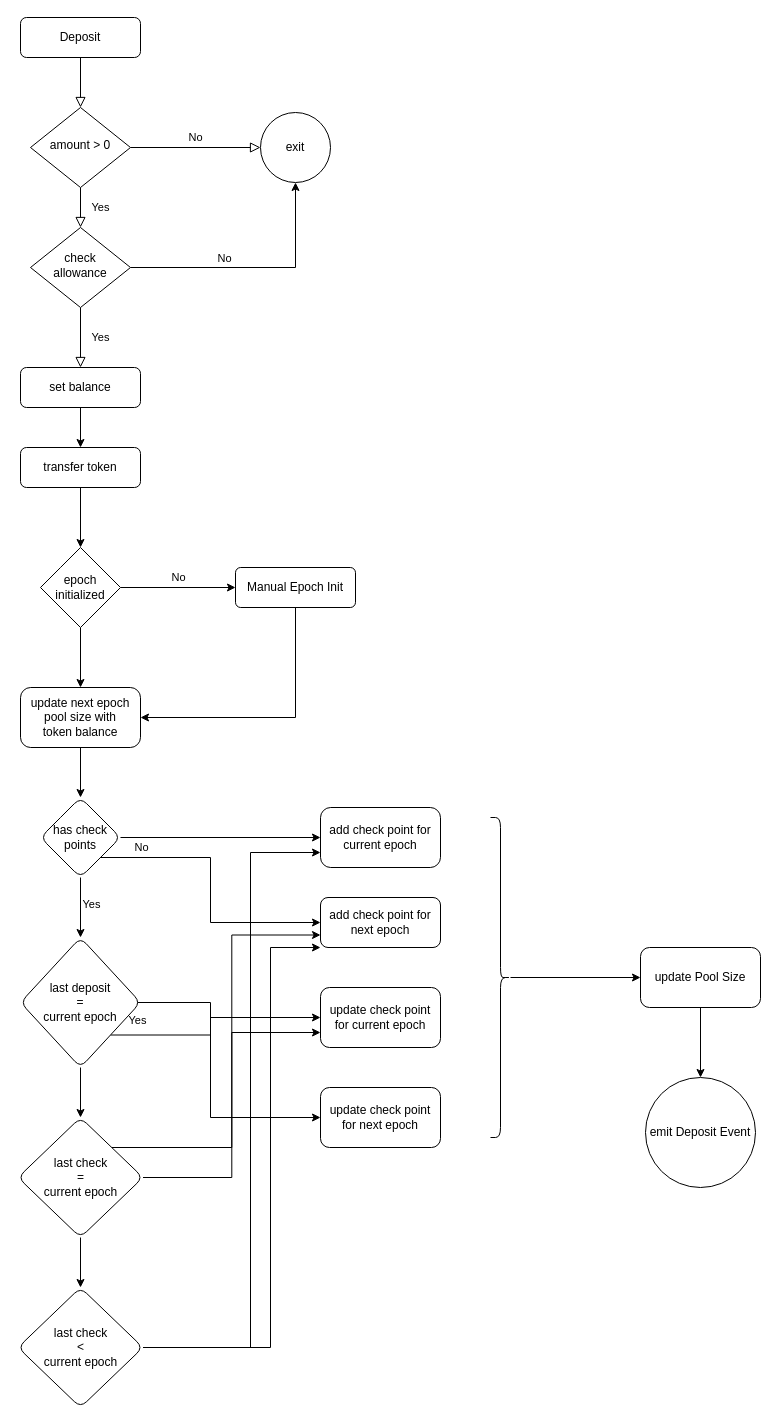
Before: Untitled Diagram.drawio in Kunone/yield-farming-flow-chart, a draw.io diagram. Source tidied: cells renumbered, new cells numbered last; positions are measured from the earlier drawing's top-left corner, leaving out a move shared by most shapes. Both pictures are drawn from the tidied source at 100%, with x=0, y=0 at pixel (18, 17).
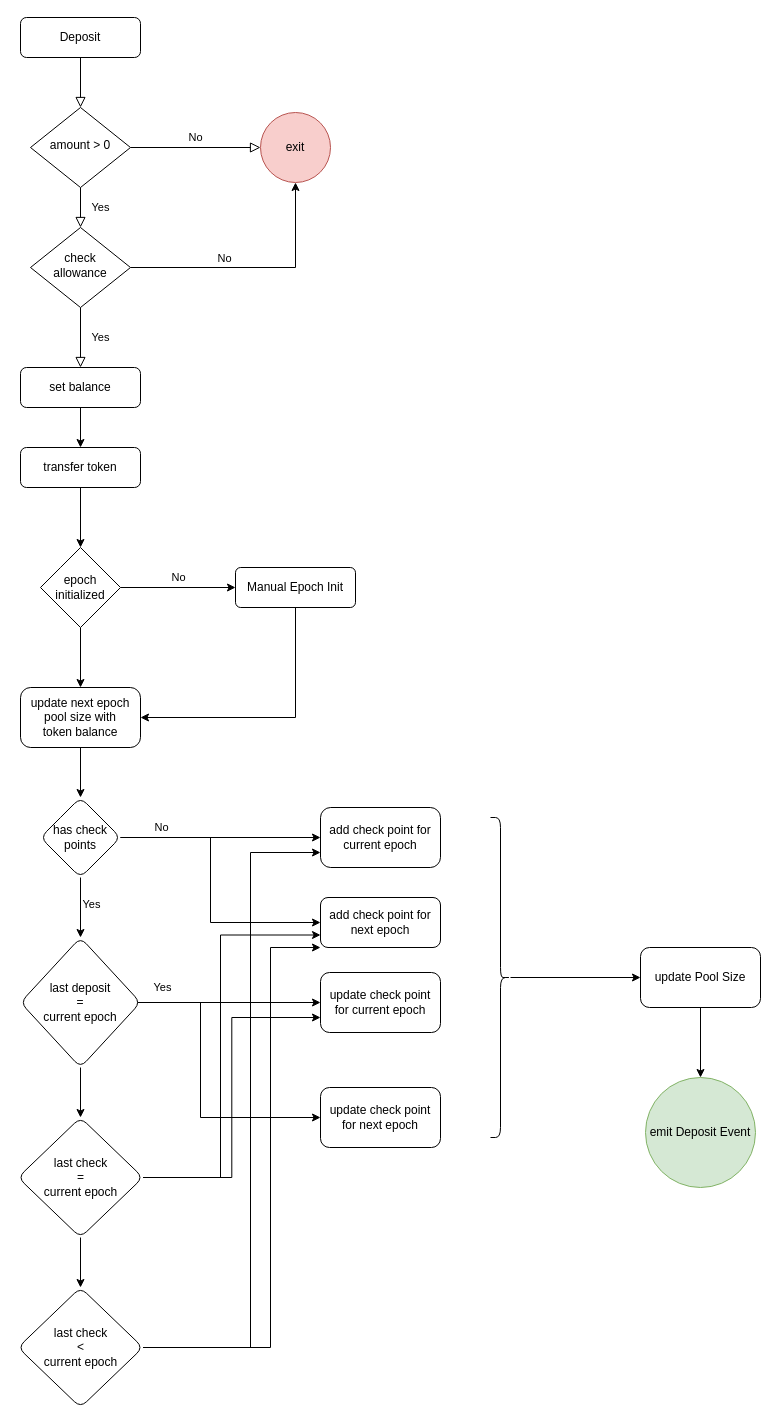
The same diagram, later.

Commit message:
color endpoint

The change refers to these unchanged cells:
```xml
<mxCell id="27" value="has check points" style="rhombus;whiteSpace=wrap;html=1;rounded=1;shadow=0;strokeWidth=1;glass=0;arcSize=17;" parent="1" vertex="1">
  <mxGeometry x="22" y="780" width="80" height="80" as="geometry" />
</mxCell>
<mxCell id="32" value="&lt;div&gt;last deposit&lt;br&gt;&lt;/div&gt;&lt;div&gt;=&lt;br&gt;&lt;/div&gt;&lt;div&gt;current epoch&lt;/div&gt;" style="rhombus;whiteSpace=wrap;html=1;rounded=1;shadow=0;strokeWidth=1;glass=0;arcSize=17;" parent="1" vertex="1">
  <mxGeometry x="2" y="920" width="120" height="130" as="geometry" />
</mxCell>
<mxCell id="33" value="add check point for next epoch" style="rounded=1;whiteSpace=wrap;html=1;shadow=0;glass=0;sketch=0;" parent="1" vertex="1">
  <mxGeometry x="302" y="880" width="120" height="50" as="geometry" />
</mxCell>
<mxCell id="38" value="&lt;div&gt;last check&lt;br&gt;&lt;/div&gt;&lt;div&gt;=&lt;br&gt;&lt;/div&gt;&lt;div&gt;current epoch&lt;/div&gt;" style="rhombus;whiteSpace=wrap;html=1;rounded=1;shadow=0;strokeWidth=1;glass=0;arcSize=17;" parent="1" vertex="1">
  <mxGeometry x="-0.5" y="1100" width="125" height="120" as="geometry" />
</mxCell>
<mxCell id="42" value="update check point for next epoch" style="rounded=1;whiteSpace=wrap;html=1;shadow=0;glass=0;sketch=0;" parent="1" vertex="1">
  <mxGeometry x="302" y="1070" width="120" height="60" as="geometry" />
</mxCell>
```

Change to the diagram source:
```diff
@@
-    <mxCell id="13" value="&lt;div&gt;exit&lt;/div&gt;" style="ellipse;whiteSpace=wrap;html=1;rounded=1;shadow=0;glass=0;sketch=0;" parent="1" vertex="1">
+    <mxCell id="13" value="&lt;div&gt;exit&lt;/div&gt;" style="ellipse;whiteSpace=wrap;html=1;rounded=1;shadow=0;glass=0;sketch=0;fillColor=#f8cecc;strokeColor=#b85450;" parent="1" vertex="1">
       <mxGeometry x="242" y="95" width="70" height="70" as="geometry" />
     </mxCell>
@@
-    <mxCell id="23" value="No" style="edgeStyle=orthogonalEdgeStyle;rounded=0;jettySize=auto;html=1;entryX=0;entryY=0.5;entryDx=0;entryDy=0;exitX=1;exitY=1;exitDx=0;exitDy=0;" parent="1" edge="1" source="27" target="33">
+    <mxCell id="23" value="No" style="edgeStyle=orthogonalEdgeStyle;rounded=0;jettySize=auto;html=1;entryX=0;entryY=0.5;entryDx=0;entryDy=0;exitX=1;exitY=0.5;exitDx=0;exitDy=0;" parent="1" edge="1" source="27" target="33">
       <mxGeometry x="-0.71" y="10" relative="1" as="geometry">
         <Array as="points">
-          <mxPoint x="192" y="840" />
+          <mxPoint x="192" y="820" />
           <mxPoint x="192" y="905" />
         </Array>
       </mxGeometry>
     </mxCell>
@@
     <mxCell id="29" style="edgeStyle=orthogonalEdgeStyle;rounded=0;jettySize=auto;html=1;entryX=0;entryY=0.5;entryDx=0;entryDy=0;" parent="1" edge="1" target="42">
       <mxGeometry relative="1" as="geometry">
         <mxPoint x="112" y="985" as="sourcePoint" />
         <Array as="points">
-          <mxPoint x="192" y="985" />
-          <mxPoint x="192" y="1100" />
+          <mxPoint x="182" y="985" />
+          <mxPoint x="182" y="1100" />
         </Array>
       </mxGeometry>
     </mxCell>
-    <mxCell id="30" value="Yes" style="edgeStyle=orthogonalEdgeStyle;rounded=0;jettySize=auto;html=1;entryX=0;entryY=0.5;entryDx=0;entryDy=0;exitX=1;exitY=1;exitDx=0;exitDy=0;" parent="1" edge="1" source="32" target="34">
-      <mxGeometry x="-0.76" y="15" relative="1" as="geometry">
-        <Array as="points">
-          <mxPoint x="192" y="1018" />
-          <mxPoint x="192" y="1000" />
-        </Array>
-      </mxGeometry>
+    <mxCell id="30" value="Yes" style="edgeStyle=orthogonalEdgeStyle;rounded=0;jettySize=auto;html=1;entryX=0;entryY=0.5;entryDx=0;entryDy=0;exitX=1;exitY=0.5;exitDx=0;exitDy=0;" parent="1" edge="1" source="32" target="34">
+      <mxGeometry x="-0.76" y="15" relative="1" as="geometry" />
     </mxCell>
@@
     <mxCell id="34" value="update check point for current epoch" style="rounded=1;whiteSpace=wrap;html=1;shadow=0;glass=0;sketch=0;" parent="1" vertex="1">
-      <mxGeometry x="302" y="970" width="120" height="60" as="geometry" />
+      <mxGeometry x="302" y="955" width="120" height="60" as="geometry" />
     </mxCell>
@@
-    <mxCell id="37" style="edgeStyle=orthogonalEdgeStyle;rounded=0;jettySize=auto;html=1;entryX=0;entryY=0.75;entryDx=0;entryDy=0;exitX=1;exitY=0;exitDx=0;exitDy=0;" parent="1" edge="1" source="38" target="33">
-      <mxGeometry relative="1" as="geometry" />
+    <mxCell id="37" style="edgeStyle=orthogonalEdgeStyle;rounded=0;jettySize=auto;html=1;entryX=0;entryY=0.75;entryDx=0;entryDy=0;exitX=1;exitY=0.5;exitDx=0;exitDy=0;" parent="1" edge="1" source="38" target="33">
+      <mxGeometry relative="1" as="geometry">
+        <Array as="points">
+          <mxPoint x="202" y="1160" />
+          <mxPoint x="202" y="918" />
+        </Array>
+      </mxGeometry>
     </mxCell>
@@
-    <mxCell id="47" value="emit Deposit Event" style="ellipse;whiteSpace=wrap;html=1;rounded=1;shadow=0;glass=0;sketch=0;" parent="1" vertex="1">
+    <mxCell id="47" value="emit Deposit Event" style="ellipse;whiteSpace=wrap;html=1;rounded=1;shadow=0;glass=0;sketch=0;fillColor=#d5e8d4;strokeColor=#82b366;" parent="1" vertex="1">
       <mxGeometry x="627" y="1060" width="110" height="110" as="geometry" />
     </mxCell>
```
